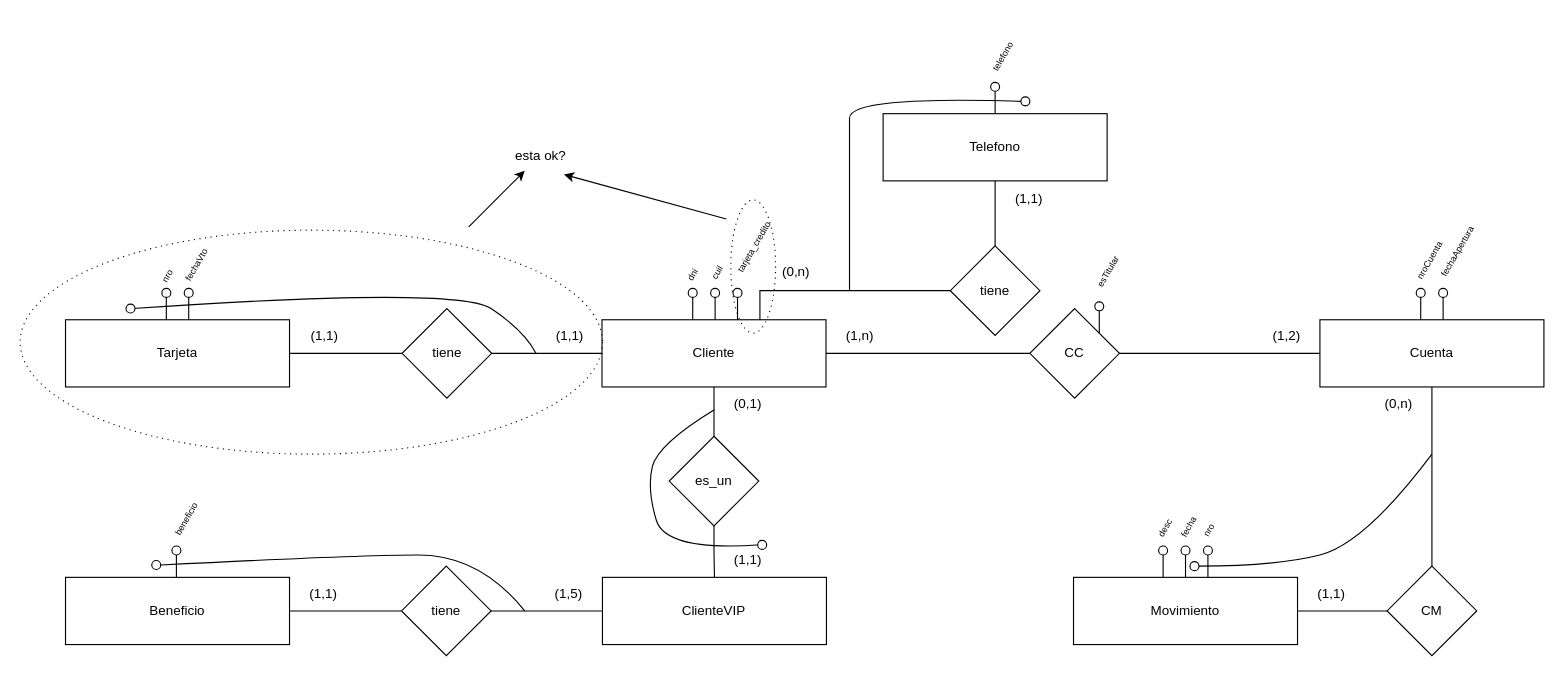
The draw.io diagram Practicas/Practica1/ej16/logico.drawio in gonblas/bd, before the edit. Source tidied: cells renumbered, new cells numbered last; positions are measured from the earlier drawing's top-left corner, leaving out a move shared by most shapes. Both pictures are drawn from the tidied source at 112%, with x=0, y=0 at pixel (20, 39).
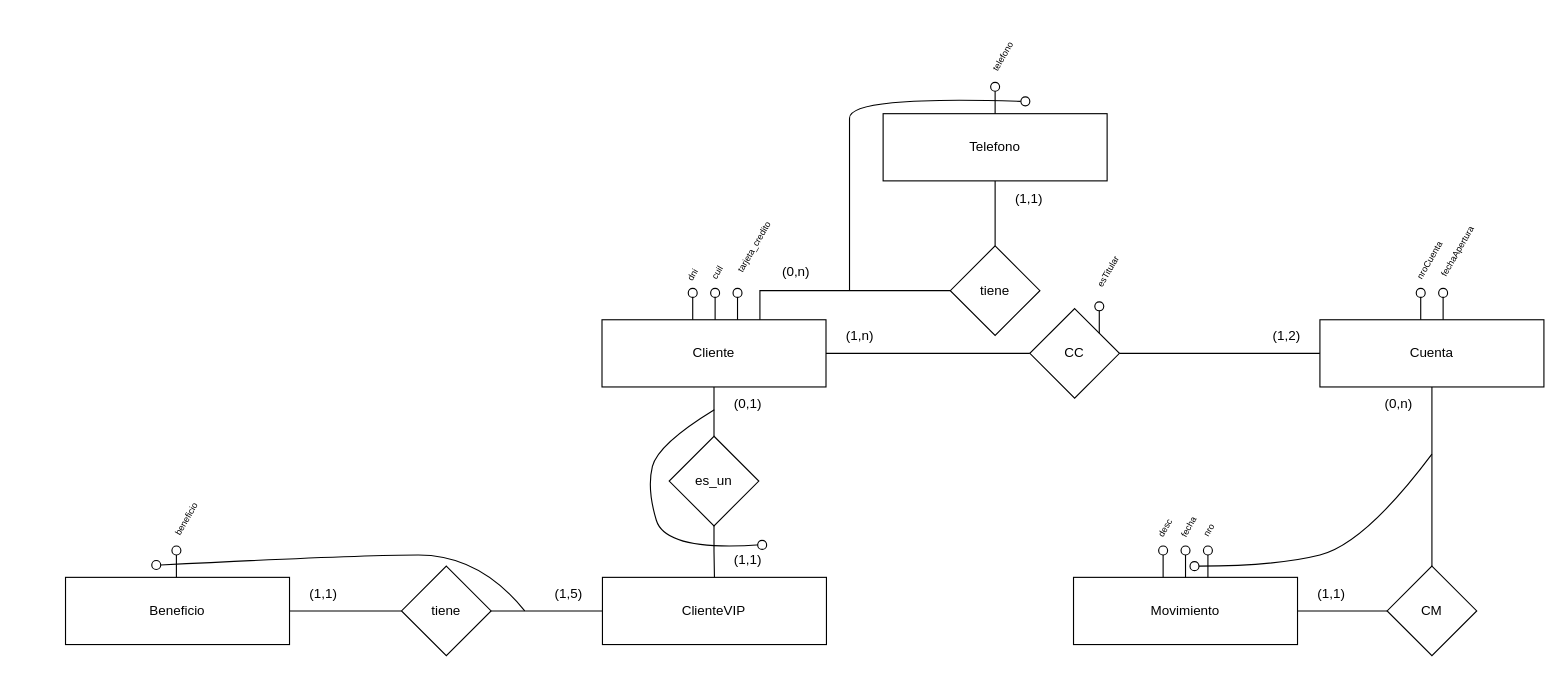
The same page after the edit.

Change to the diagram source:
```diff
@@
-    <mxCell id="86" value="Tarjeta" style="rounded=0;whiteSpace=wrap;html=1;" parent="1" vertex="1">
-      <mxGeometry x="40" y="250" width="200" height="60" as="geometry" />
-    </mxCell>
-    <mxCell id="87" style="edgeStyle=orthogonalEdgeStyle;rounded=0;jettySize=auto;html=1;entryX=0;entryY=0.5;entryDx=0;entryDy=0;endArrow=none;startFill=0;" parent="1" edge="1" source="89">
-      <mxGeometry relative="1" as="geometry">
-        <mxPoint x="519.5" y="280" as="targetPoint" />
-      </mxGeometry>
-    </mxCell>
-    <mxCell id="88" style="edgeStyle=orthogonalEdgeStyle;rounded=0;jettySize=auto;html=1;entryX=1;entryY=0.5;entryDx=0;entryDy=0;endArrow=none;startFill=0;" parent="1" edge="1" source="89">
-      <mxGeometry relative="1" as="geometry">
-        <mxPoint x="240.5" y="280" as="targetPoint" />
-      </mxGeometry>
-    </mxCell>
-    <mxCell id="89" value="tiene" style="rhombus;whiteSpace=wrap;html=1;" parent="1" vertex="1">
-      <mxGeometry x="340.5" y="240" width="80" height="80" as="geometry" />
-    </mxCell>
-    <mxCell id="90" value="(1,1)" style="text;html=1;align=center;verticalAlign=middle;strokeColor=none;fillColor=none;" parent="1" vertex="1">
-      <mxGeometry x="240.5" y="250" width="60" height="30" as="geometry" />
-    </mxCell>
-    <mxCell id="91" value="(1,1)" style="text;html=1;align=center;verticalAlign=middle;strokeColor=none;fillColor=none;" parent="1" vertex="1">
-      <mxGeometry x="459.5" y="250" width="60" height="30" as="geometry" />
-    </mxCell>
-    <mxCell id="92" style="group;rotation=0;" parent="1" vertex="1">
-      <mxGeometry x="146" y="222" width="8" height="28" as="geometry" />
-    </mxCell>
-    <mxCell id="93" style="ellipse;whiteSpace=wrap;html=1;fillColor=light-dark(#FFFFFF,transparent);rotation=0;" parent="92" vertex="1">
-      <mxGeometry width="8" height="8" as="geometry" />
-    </mxCell>
-    <mxCell id="94" style="edgeStyle=orthogonalEdgeStyle;rounded=0;orthogonalLoop=1;jettySize=auto;html=1;endArrow=none;startFill=0;" parent="92" edge="1">
-      <mxGeometry relative="1" as="geometry">
-        <mxPoint x="4" y="8" as="sourcePoint" />
-        <mxPoint x="4" y="28" as="targetPoint" />
-      </mxGeometry>
-    </mxCell>
-    <mxCell id="95" style="group;rotation=0;" parent="1" vertex="1">
-      <mxGeometry x="126" y="222" width="8" height="28" as="geometry" />
-    </mxCell>
-    <mxCell id="96" style="ellipse;whiteSpace=wrap;html=1;fillColor=light-dark(#FFFFFF,#FFFFFF);rotation=0;" parent="95" vertex="1">
-      <mxGeometry width="8" height="8" as="geometry" />
-    </mxCell>
-    <mxCell id="97" style="edgeStyle=orthogonalEdgeStyle;rounded=0;orthogonalLoop=1;jettySize=auto;html=1;endArrow=none;startFill=0;" parent="95" edge="1">
-      <mxGeometry relative="1" as="geometry">
-        <mxPoint x="4" y="8" as="sourcePoint" />
-        <mxPoint x="4" y="28" as="targetPoint" />
-      </mxGeometry>
-    </mxCell>
-    <mxCell id="98" value="&lt;font style=&quot;font-size: 8px;&quot;&gt;nro&lt;/font&gt;" style="text;html=1;align=center;verticalAlign=middle;strokeColor=none;fillColor=none;rotation=-60;" parent="1" vertex="1">
-      <mxGeometry x="110" y="196" width="40" height="30" as="geometry" />
-    </mxCell>
-    <mxCell id="99" value="&lt;font style=&quot;font-size: 8px;&quot;&gt;fechaVto&lt;/font&gt;" style="text;html=1;align=center;verticalAlign=middle;strokeColor=none;fillColor=none;rotation=-60;" parent="1" vertex="1">
-      <mxGeometry x="126" y="186" width="60" height="30" as="geometry" />
-    </mxCell>
-    <mxCell id="100" style="curved=1;endArrow=none;html=1;rounded=0;startFill=0;" parent="1" edge="1">
-      <mxGeometry relative="1" as="geometry">
-        <mxPoint x="460" y="280" as="sourcePoint" />
-        <mxPoint x="100" y="240" as="targetPoint" />
-        <Array as="points">
-          <mxPoint x="450" y="260" />
-          <mxPoint x="390" y="220" />
-        </Array>
-      </mxGeometry>
-    </mxCell>
-    <mxCell id="101" style="group;rotation=0;" parent="1" vertex="1">
-      <mxGeometry x="90" y="220" width="8" height="28" as="geometry" />
-    </mxCell>
-    <mxCell id="102" style="ellipse;whiteSpace=wrap;html=1;fillColor=light-dark(#FFFFFF,#FFFFFF);rotation=0;" parent="101" vertex="1">
-      <mxGeometry x="4" y="16" width="8" height="8" as="geometry" />
-    </mxCell>
-    <mxCell id="103" style="ellipse;whiteSpace=wrap;html=1;fillColor=none;dashed=1;dashPattern=1 4;" parent="1" vertex="1">
-      <mxGeometry x="-0.5" y="170" width="520" height="200" as="geometry" />
-    </mxCell>
-    <mxCell id="104" style="endArrow=classic;html=1;rounded=0;" parent="1" edge="1">
-      <mxGeometry relative="1" as="geometry">
-        <mxPoint x="400" y="167" as="sourcePoint" />
-        <mxPoint x="450" y="117" as="targetPoint" />
-      </mxGeometry>
-    </mxCell>
-    <mxCell id="105" value="esta ok?" style="text;html=1;align=center;verticalAlign=middle;points=[];strokeColor=none;fillColor=none;" parent="1" vertex="1">
-      <mxGeometry x="424" y="89" width="80" height="30" as="geometry" />
-    </mxCell>
-    <mxCell id="106" style="ellipse;whiteSpace=wrap;html=1;fillColor=none;dashed=1;dashPattern=1 4;" parent="1" vertex="1">
-      <mxGeometry x="634" y="143" width="40" height="119" as="geometry" />
-    </mxCell>
-    <mxCell id="107" style="endArrow=classic;html=1;rounded=0;entryX=0.763;entryY=1.044;entryDx=0;entryDy=0;entryPerimeter=0;" parent="1" edge="1" target="105">
-      <mxGeometry relative="1" as="geometry">
-        <mxPoint x="630" y="160" as="sourcePoint" />
-      </mxGeometry>
-    </mxCell>
```
